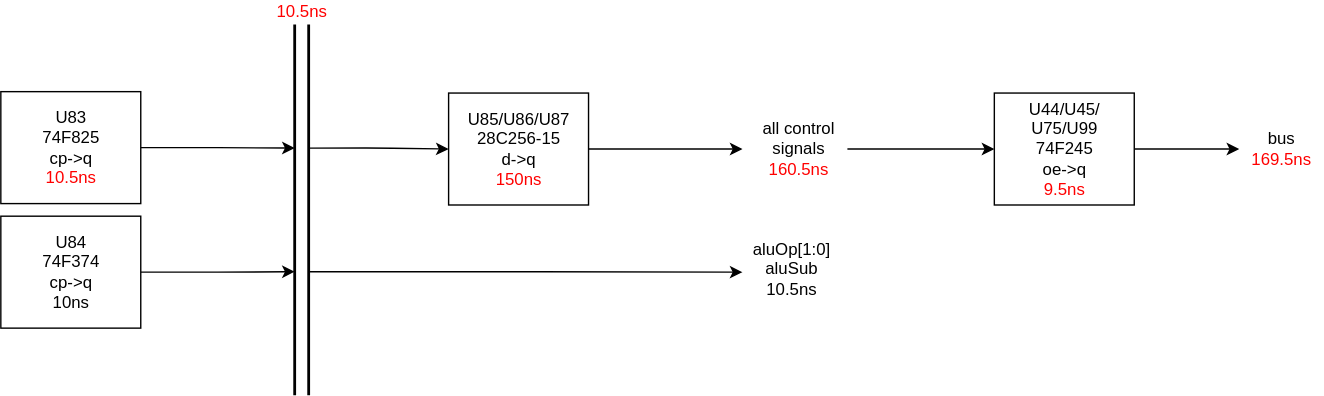
The draw.io diagram thesis/diagrams/all_cycles.drawio.svg in Nik-Sch/EDiC, before a commit. Source tidied: cells renumbered, new cells last; positions are measured from the earlier drawing's top-left corner, leaving out a move shared by most shapes. The source it was exported from:
```xml
<mxGraphModel>
  <root>
    <mxCell id="0" />
    <mxCell id="1" parent="0" />
    <mxCell id="2" style="edgeStyle=orthogonalEdgeStyle;html=1;exitX=0;exitY=0;exitDx=100;exitDy=40;exitPerimeter=0;" parent="1" edge="1" source="3">
      <mxGeometry relative="1" as="geometry">
        <mxPoint x="530" y="89" as="targetPoint" />
      </mxGeometry>
    </mxCell>
    <mxCell id="3" value="U85/U86/U87&lt;br&gt;28C256-15&lt;br style=&quot;font-size: 12px&quot;&gt;d-&amp;gt;q&lt;br style=&quot;font-size: 12px&quot;&gt;&lt;font color=&quot;#ff0000&quot;&gt;150ns&lt;/font&gt;" style="shadow=0;dashed=0;align=center;html=1;strokeWidth=1;shape=mxgraph.rtl.abstract.entity;kind=sequential;drawPins=0;left=1;right=1;bottom=0;top=0;fontSize=12;rightArr=,;" parent="1" vertex="1">
      <mxGeometry x="320" y="49" width="100" height="80" as="geometry" />
    </mxCell>
    <mxCell id="4" style="endArrow=classic;html=1;fontSize=12;entryX=0;entryY=0;entryDx=0;entryDy=40;entryPerimeter=0;exitX=1;exitY=0.3333333333333333;exitDx=0;exitDy=0;exitPerimeter=0;edgeStyle=orthogonalEdgeStyle;" parent="1" edge="1" source="6" target="3">
      <mxGeometry relative="1" as="geometry" />
    </mxCell>
    <mxCell id="5" style="endArrow=classic;html=1;fontSize=12;exitX=1;exitY=0.6666666666666666;exitDx=0;exitDy=0;exitPerimeter=0;edgeStyle=orthogonalEdgeStyle;" parent="1" edge="1" source="6">
      <mxGeometry relative="1" as="geometry">
        <mxPoint x="530" y="177" as="targetPoint" />
      </mxGeometry>
    </mxCell>
    <mxCell id="6" value="&lt;font color=&quot;#ff0000&quot; style=&quot;background-color: rgb(255 , 255 , 255)&quot;&gt;10.5ns&lt;/font&gt;" style="shadow=0;dashed=0;align=center;html=1;strokeWidth=2;shape=mxgraph.rtl.abstract.bus;labelPosition=center;verticalLabelPosition=top;verticalAlign=bottom;left=2;" parent="1" vertex="1">
      <mxGeometry x="210" width="10" height="265" as="geometry" />
    </mxCell>
    <mxCell id="7" value="aluOp[1:0]&lt;br&gt;aluSub&lt;br&gt;10.5ns" style="text;html=1;align=center;verticalAlign=middle;strokeColor=none;fontSize=12;" parent="1" vertex="1">
      <mxGeometry x="530" y="150" width="70" height="50" as="geometry" />
    </mxCell>
    <mxCell id="8" style="edgeStyle=orthogonalEdgeStyle;html=1;exitX=0;exitY=0;exitDx=100;exitDy=40;exitPerimeter=0;entryX=0;entryY=0.3333333333333333;entryDx=0;entryDy=0;entryPerimeter=0;strokeColor=default;rounded=0;" parent="1" edge="1" source="9" target="6">
      <mxGeometry relative="1" as="geometry" />
    </mxCell>
    <mxCell id="9" value="U83&lt;br&gt;74F825&lt;br style=&quot;font-size: 12px&quot;&gt;cp-&amp;gt;q&lt;br style=&quot;font-size: 12px&quot;&gt;&lt;font color=&quot;#ff0000&quot;&gt;10.5ns&lt;/font&gt;" style="shadow=0;dashed=0;align=center;html=1;strokeWidth=1;shape=mxgraph.rtl.abstract.entity;kind=sequential;drawPins=0;left=1;right=1;bottom=0;top=0;fontSize=12;rightArr=,;" parent="1" vertex="1">
      <mxGeometry y="48" width="100" height="80" as="geometry" />
    </mxCell>
    <mxCell id="10" style="edgeStyle=orthogonalEdgeStyle;html=1;exitX=0;exitY=0;exitDx=100;exitDy=40;exitPerimeter=0;entryX=0;entryY=0.6666666666666666;entryDx=0;entryDy=0;entryPerimeter=0;rounded=0;" parent="1" edge="1" source="11" target="6">
      <mxGeometry relative="1" as="geometry" />
    </mxCell>
    <mxCell id="11" value="U84&lt;br&gt;74F374&lt;br style=&quot;font-size: 12px&quot;&gt;cp-&amp;gt;q&lt;br style=&quot;font-size: 12px&quot;&gt;10ns" style="shadow=0;dashed=0;align=center;html=1;strokeWidth=1;shape=mxgraph.rtl.abstract.entity;kind=sequential;drawPins=0;left=1;right=1;bottom=0;top=0;fontSize=12;rightArr=,;" parent="1" vertex="1">
      <mxGeometry y="137" width="100" height="80" as="geometry" />
    </mxCell>
    <mxCell id="12" style="edgeStyle=none;html=1;fontColor=#000000;entryX=0;entryY=0;entryDx=0;entryDy=40;entryPerimeter=0;" parent="1" edge="1" source="13" target="15">
      <mxGeometry relative="1" as="geometry" />
    </mxCell>
    <mxCell id="13" value="all control&lt;br style=&quot;font-size: 12px&quot;&gt;signals&lt;br&gt;&lt;font color=&quot;#ff0000&quot;&gt;160.5ns&lt;/font&gt;" style="text;html=1;align=center;verticalAlign=middle;points=[];strokeColor=none;fontSize=12;" parent="1" vertex="1">
      <mxGeometry x="535" y="64" width="70" height="50" as="geometry" />
    </mxCell>
    <mxCell id="14" style="edgeStyle=none;html=1;exitX=0;exitY=0;exitDx=100;exitDy=40;exitPerimeter=0;fontColor=#000000;" parent="1" edge="1" source="15" target="16">
      <mxGeometry relative="1" as="geometry" />
    </mxCell>
    <mxCell id="15" value="U44/U45/&lt;br&gt;U75/U99&lt;br&gt;74F245&lt;br&gt;oe-&amp;gt;q&lt;br style=&quot;font-size: 12px&quot;&gt;&lt;font color=&quot;#ff0000&quot;&gt;9.5ns&lt;/font&gt;" style="shadow=0;dashed=0;align=center;html=1;strokeWidth=1;shape=mxgraph.rtl.abstract.entity;kind=sequential;drawPins=0;left=1;right=1;bottom=0;top=0;fontSize=12;rightArr=,;" parent="1" vertex="1">
      <mxGeometry x="710" y="49" width="100" height="80" as="geometry" />
    </mxCell>
    <mxCell id="16" value="bus&lt;br&gt;&lt;font color=&quot;#ff0000&quot;&gt;169.5ns&lt;/font&gt;" style="text;html=1;align=center;verticalAlign=middle;points=[];strokeColor=none;fontSize=12;" parent="1" vertex="1">
      <mxGeometry x="885" y="74" width="60" height="30" as="geometry" />
    </mxCell>
  </root>
</mxGraphModel>
```
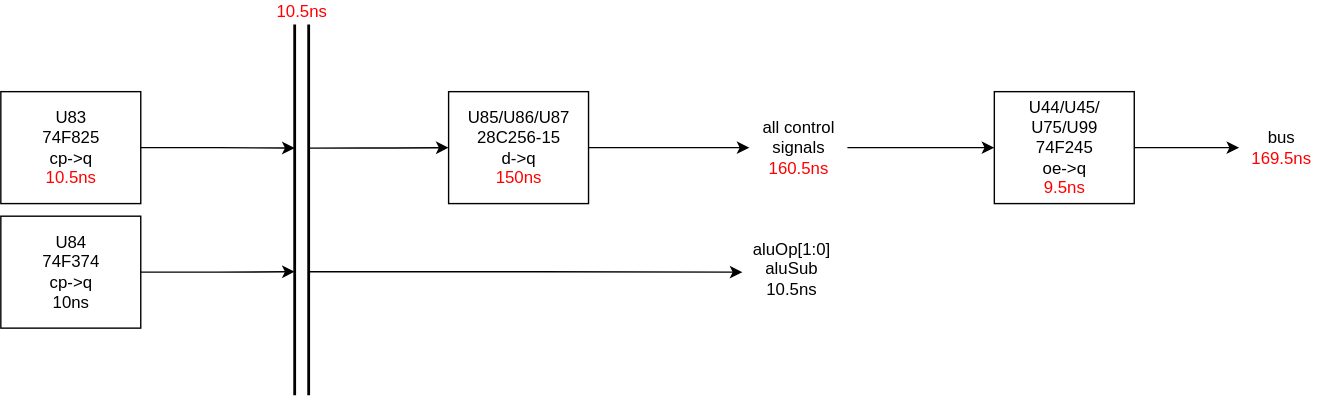
Above is the later version.

What changed in the source:
```diff
@@ -2,13 +2,11 @@
   <root>
     <mxCell id="0" />
     <mxCell id="1" parent="0" />
-    <mxCell id="2" style="edgeStyle=orthogonalEdgeStyle;html=1;exitX=0;exitY=0;exitDx=100;exitDy=40;exitPerimeter=0;" parent="1" edge="1" source="3">
-      <mxGeometry relative="1" as="geometry">
-        <mxPoint x="530" y="89" as="targetPoint" />
-      </mxGeometry>
+    <mxCell id="2" style="edgeStyle=orthogonalEdgeStyle;html=1;exitX=0;exitY=0;exitDx=100;exitDy=40;exitPerimeter=0;" parent="1" edge="1" source="3" target="13">
+      <mxGeometry relative="1" as="geometry" />
     </mxCell>
     <mxCell id="3" value="U85/U86/U87&lt;br&gt;28C256-15&lt;br style=&quot;font-size: 12px&quot;&gt;d-&amp;gt;q&lt;br style=&quot;font-size: 12px&quot;&gt;&lt;font color=&quot;#ff0000&quot;&gt;150ns&lt;/font&gt;" style="shadow=0;dashed=0;align=center;html=1;strokeWidth=1;shape=mxgraph.rtl.abstract.entity;kind=sequential;drawPins=0;left=1;right=1;bottom=0;top=0;fontSize=12;rightArr=,;" parent="1" vertex="1">
-      <mxGeometry x="320" y="49" width="100" height="80" as="geometry" />
+      <mxGeometry x="320" y="48" width="100" height="80" as="geometry" />
     </mxCell>
     <mxCell id="4" style="endArrow=classic;html=1;fontSize=12;entryX=0;entryY=0;entryDx=0;entryDy=40;entryPerimeter=0;exitX=1;exitY=0.3333333333333333;exitDx=0;exitDy=0;exitPerimeter=0;edgeStyle=orthogonalEdgeStyle;" parent="1" edge="1" source="6" target="3">
       <mxGeometry relative="1" as="geometry" />
@@ -40,16 +38,16 @@
       <mxGeometry relative="1" as="geometry" />
     </mxCell>
     <mxCell id="13" value="all control&lt;br style=&quot;font-size: 12px&quot;&gt;signals&lt;br&gt;&lt;font color=&quot;#ff0000&quot;&gt;160.5ns&lt;/font&gt;" style="text;html=1;align=center;verticalAlign=middle;points=[];strokeColor=none;fontSize=12;" parent="1" vertex="1">
-      <mxGeometry x="535" y="64" width="70" height="50" as="geometry" />
+      <mxGeometry x="535" y="63" width="70" height="50" as="geometry" />
     </mxCell>
     <mxCell id="14" style="edgeStyle=none;html=1;exitX=0;exitY=0;exitDx=100;exitDy=40;exitPerimeter=0;fontColor=#000000;" parent="1" edge="1" source="15" target="16">
       <mxGeometry relative="1" as="geometry" />
     </mxCell>
     <mxCell id="15" value="U44/U45/&lt;br&gt;U75/U99&lt;br&gt;74F245&lt;br&gt;oe-&amp;gt;q&lt;br style=&quot;font-size: 12px&quot;&gt;&lt;font color=&quot;#ff0000&quot;&gt;9.5ns&lt;/font&gt;" style="shadow=0;dashed=0;align=center;html=1;strokeWidth=1;shape=mxgraph.rtl.abstract.entity;kind=sequential;drawPins=0;left=1;right=1;bottom=0;top=0;fontSize=12;rightArr=,;" parent="1" vertex="1">
-      <mxGeometry x="710" y="49" width="100" height="80" as="geometry" />
+      <mxGeometry x="710" y="48" width="100" height="80" as="geometry" />
     </mxCell>
     <mxCell id="16" value="bus&lt;br&gt;&lt;font color=&quot;#ff0000&quot;&gt;169.5ns&lt;/font&gt;" style="text;html=1;align=center;verticalAlign=middle;points=[];strokeColor=none;fontSize=12;" parent="1" vertex="1">
-      <mxGeometry x="885" y="74" width="60" height="30" as="geometry" />
+      <mxGeometry x="885" y="73" width="60" height="30" as="geometry" />
     </mxCell>
   </root>
 </mxGraphModel>
```
